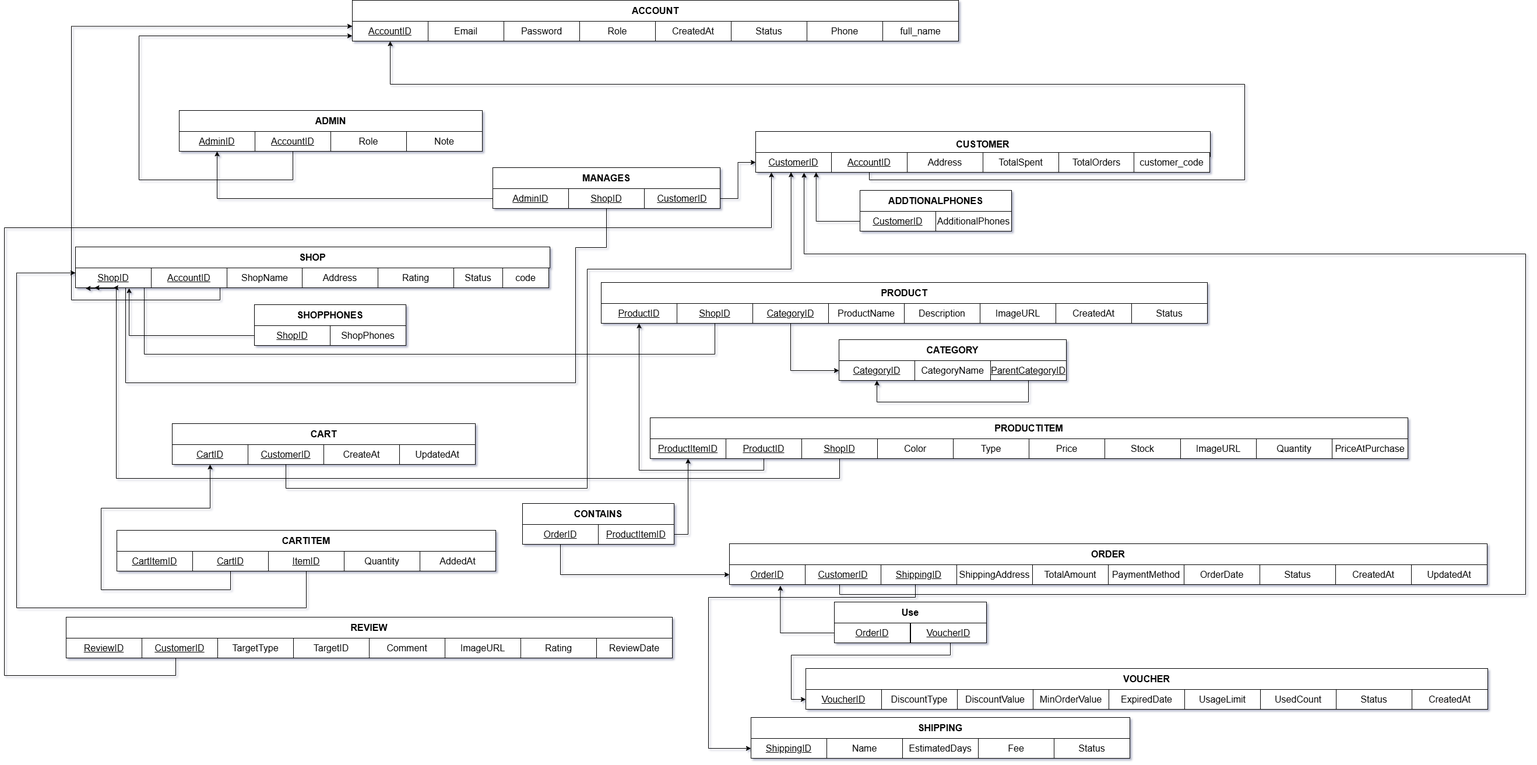
Above: report/img/Mapping.png in Kras2508/Shoppii (draw.io), before the change. Source tidied: cells renumbered, new cells last; positions are measured from the earlier drawing's top-left corner, leaving out a move shared by most shapes.
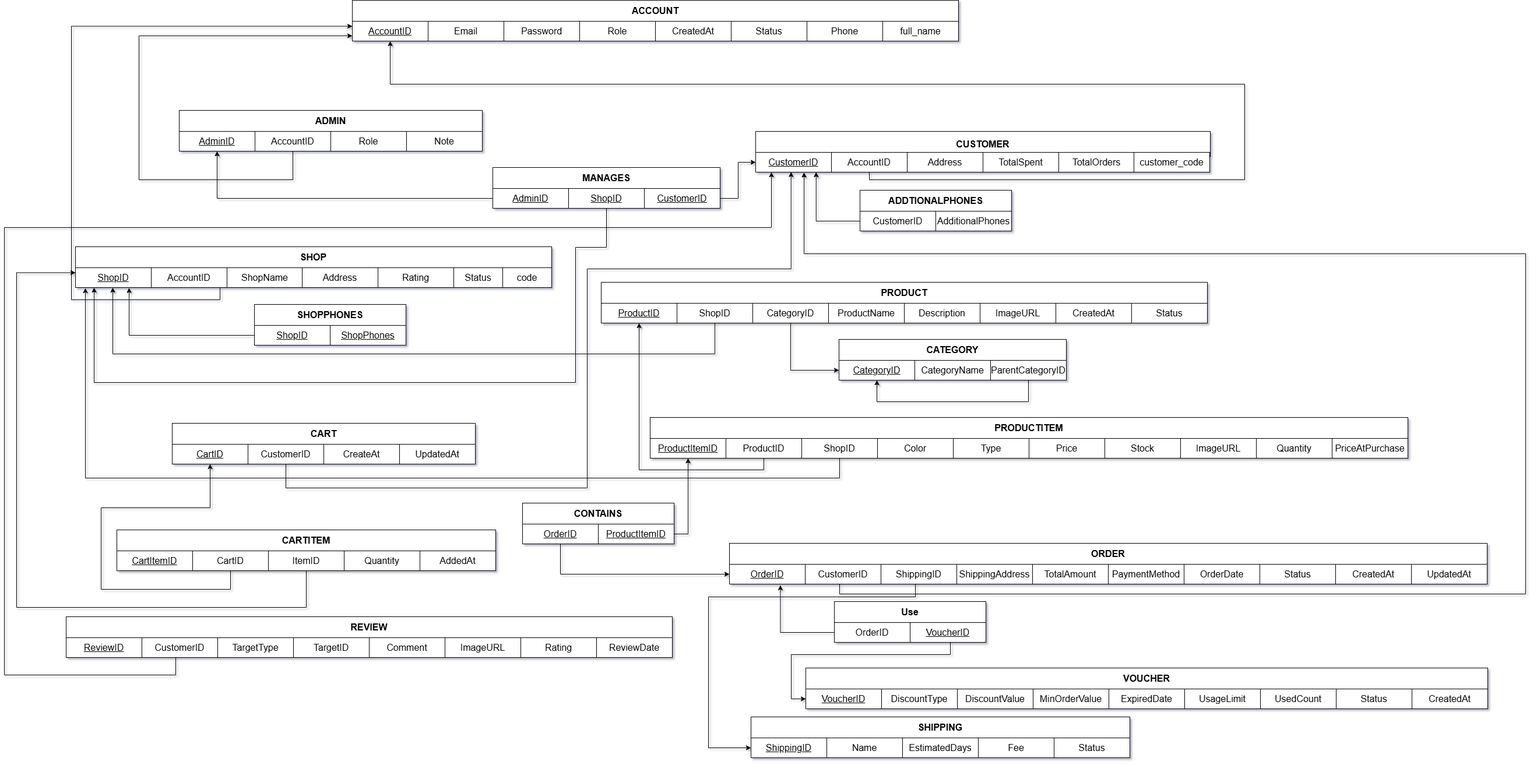
The same file after the commit.

The edit, as a diff of the source:
```diff
@@ -41,3 +41,3 @@
     </mxCell>
-    <mxCell id="12" value="&lt;u&gt;AccountID&lt;/u&gt;" style="shape=rectangle;whiteSpace=wrap;html=1;align=center;verticalAlign=middle;fillColor=#ffffff;strokeColor=#000000;fontSize=16;" parent="1" vertex="1">
+    <mxCell id="12" value="&lt;span&gt;AccountID&lt;/span&gt;" style="shape=rectangle;whiteSpace=wrap;html=1;align=center;verticalAlign=middle;fillColor=#ffffff;strokeColor=#000000;fontSize=16;fontStyle=0;" parent="1" vertex="1">
       <mxGeometry x="1419" y="261" width="130" height="34" as="geometry" />
@@ -54,3 +54,3 @@
     <mxCell id="16" value="SHOP" style="shape=rectangle;whiteSpace=wrap;html=1;align=center;verticalAlign=middle;fontStyle=1;fillColor=#ffffff;strokeColor=#000000;fontSize=16;" parent="1" vertex="1">
-      <mxGeometry x="122" y="423" width="814" height="36" as="geometry" />
+      <mxGeometry x="122" y="423" width="817" height="36" as="geometry" />
     </mxCell>
@@ -68,3 +68,3 @@
     </mxCell>
-    <mxCell id="19" value="&lt;u&gt;AccountID&lt;/u&gt;" style="shape=rectangle;whiteSpace=wrap;html=1;align=center;verticalAlign=middle;fillColor=#ffffff;strokeColor=#000000;fontSize=16;" parent="1" vertex="1">
+    <mxCell id="19" value="AccountID" style="shape=rectangle;whiteSpace=wrap;html=1;align=center;verticalAlign=middle;fillColor=#ffffff;strokeColor=#000000;fontSize=16;" parent="1" vertex="1">
       <mxGeometry x="252" y="459" width="130" height="34" as="geometry" />
@@ -102,3 +102,3 @@
     </mxCell>
-    <mxCell id="28" value="&lt;u&gt;AccountID&lt;/u&gt;" style="shape=rectangle;whiteSpace=wrap;html=1;align=center;verticalAlign=middle;fillColor=#ffffff;strokeColor=#000000;fontSize=16;" parent="1" vertex="1">
+    <mxCell id="28" value="AccountID" style="shape=rectangle;whiteSpace=wrap;html=1;align=center;verticalAlign=middle;fillColor=#ffffff;strokeColor=#000000;fontSize=16;" parent="1" vertex="1">
       <mxGeometry x="430" y="225" width="130" height="34" as="geometry" />
@@ -128,3 +128,3 @@
     </mxCell>
-    <mxCell id="35" value="&lt;u&gt;ParentCategoryID&lt;/u&gt;" style="shape=rectangle;whiteSpace=wrap;html=1;align=center;verticalAlign=middle;fillColor=#ffffff;strokeColor=#000000;fontSize=16;" parent="1" vertex="1">
+    <mxCell id="35" value="&lt;span&gt;ParentCategoryID&lt;/span&gt;" style="shape=rectangle;whiteSpace=wrap;html=1;align=center;verticalAlign=middle;fillColor=#ffffff;strokeColor=#000000;fontSize=16;fontStyle=0;" parent="1" vertex="1">
       <mxGeometry x="1692" y="618" width="130" height="34" as="geometry" />
@@ -141,3 +141,4 @@
           <mxPoint x="1219" y="607" />
-          <mxPoint x="240" y="607" />
+          <mxPoint x="186" y="607" />
+          <mxPoint x="186" y="493" />
         </Array>
@@ -145,3 +146,3 @@
     </mxCell>
-    <mxCell id="39" value="&lt;u&gt;ShopID&lt;/u&gt;" style="shape=rectangle;whiteSpace=wrap;html=1;align=center;verticalAlign=middle;fillColor=#ffffff;strokeColor=#000000;fontSize=16;" parent="1" vertex="1">
+    <mxCell id="39" value="&lt;span&gt;ShopID&lt;/span&gt;" style="shape=rectangle;whiteSpace=wrap;html=1;align=center;verticalAlign=middle;fillColor=#ffffff;strokeColor=#000000;fontSize=16;fontStyle=0;" parent="1" vertex="1">
       <mxGeometry x="1154" y="520" width="130" height="34" as="geometry" />
@@ -155,3 +156,3 @@
     </mxCell>
-    <mxCell id="41" value="&lt;u&gt;CategoryID&lt;/u&gt;" style="shape=rectangle;whiteSpace=wrap;html=1;align=center;verticalAlign=middle;fillColor=#ffffff;strokeColor=#000000;fontSize=16;" parent="1" vertex="1">
+    <mxCell id="41" value="&lt;span&gt;CategoryID&lt;/span&gt;" style="shape=rectangle;whiteSpace=wrap;html=1;align=center;verticalAlign=middle;fillColor=#ffffff;strokeColor=#000000;fontSize=16;fontStyle=0;" parent="1" vertex="1">
       <mxGeometry x="1284" y="520" width="130" height="34" as="geometry" />
@@ -189,3 +190,3 @@
     </mxCell>
-    <mxCell id="50" value="&lt;u&gt;CustomerID&lt;/u&gt;" style="shape=rectangle;whiteSpace=wrap;html=1;align=center;verticalAlign=middle;fillColor=#ffffff;strokeColor=#000000;fontSize=16;" parent="1" vertex="1">
+    <mxCell id="50" value="&lt;span&gt;CustomerID&lt;/span&gt;" style="shape=rectangle;whiteSpace=wrap;html=1;align=center;verticalAlign=middle;fillColor=#ffffff;strokeColor=#000000;fontSize=16;fontStyle=0;" parent="1" vertex="1">
       <mxGeometry x="418" y="762" width="130" height="34" as="geometry" />
@@ -209,3 +210,3 @@
     </mxCell>
-    <mxCell id="54" value="&lt;u&gt;CustomerID&lt;/u&gt;" style="shape=rectangle;whiteSpace=wrap;html=1;align=center;verticalAlign=middle;fillColor=#ffffff;strokeColor=#000000;fontSize=16;" parent="1" vertex="1">
+    <mxCell id="54" value="&lt;span&gt;CustomerID&lt;/span&gt;" style="shape=rectangle;whiteSpace=wrap;html=1;align=center;verticalAlign=middle;fillColor=#ffffff;strokeColor=#000000;fontSize=16;fontStyle=0;" parent="1" vertex="1">
       <mxGeometry x="1374" y="968" width="130" height="34" as="geometry" />
@@ -242,3 +243,3 @@
     </mxCell>
-    <mxCell id="63" value="&lt;u&gt;ItemID&lt;/u&gt;" style="shape=rectangle;whiteSpace=wrap;html=1;align=center;verticalAlign=middle;fillColor=#ffffff;strokeColor=#000000;fontSize=16;" parent="1" vertex="1">
+    <mxCell id="63" value="ItemID" style="shape=rectangle;whiteSpace=wrap;html=1;align=center;verticalAlign=middle;fillColor=#ffffff;strokeColor=#000000;fontSize=16;" parent="1" vertex="1">
       <mxGeometry x="453" y="945" width="130" height="34" as="geometry" />
@@ -304,3 +305,3 @@
     </mxCell>
-    <mxCell id="81" value="&lt;u&gt;CustomerID&lt;/u&gt;" style="shape=rectangle;whiteSpace=wrap;html=1;align=center;verticalAlign=middle;fillColor=#ffffff;strokeColor=#000000;fontSize=16;" parent="1" vertex="1">
+    <mxCell id="81" value="&lt;span&gt;CustomerID&lt;/span&gt;" style="shape=rectangle;whiteSpace=wrap;html=1;align=center;verticalAlign=middle;fillColor=#ffffff;strokeColor=#000000;fontSize=16;fontStyle=0;" parent="1" vertex="1">
       <mxGeometry x="236" y="1094" width="130" height="34" as="geometry" />
@@ -330,6 +331,6 @@
     <mxCell id="87" value="Use" style="shape=rectangle;whiteSpace=wrap;html=1;align=center;verticalAlign=middle;fontStyle=1;fillColor=#ffffff;strokeColor=#000000;fontSize=16;" parent="1" vertex="1">
-      <mxGeometry x="1424" y="1032" width="261" height="36" as="geometry" />
+      <mxGeometry x="1424" y="1032" width="260" height="36" as="geometry" />
     </mxCell>
     <mxCell id="88" value="&lt;u&gt;VoucherID&lt;/u&gt;" style="shape=rectangle;whiteSpace=wrap;html=1;align=center;verticalAlign=middle;fillColor=#ffffff;strokeColor=#000000;fontSize=16;" parent="1" vertex="1">
-      <mxGeometry x="1555" y="1068" width="130" height="34" as="geometry" />
+      <mxGeometry x="1554" y="1068" width="130" height="34" as="geometry" />
     </mxCell>
@@ -349,3 +350,3 @@
     </mxCell>
-    <mxCell id="91" value="&lt;u&gt;ShippingID&lt;/u&gt;" style="shape=rectangle;whiteSpace=wrap;html=1;align=center;verticalAlign=middle;fillColor=#ffffff;strokeColor=#000000;fontSize=16;" parent="1" vertex="1">
+    <mxCell id="91" value="ShippingID" style="shape=rectangle;whiteSpace=wrap;html=1;align=center;verticalAlign=middle;fillColor=#ffffff;strokeColor=#000000;fontSize=16;" parent="1" vertex="1">
       <mxGeometry x="1504" y="968" width="130" height="34" as="geometry" />
@@ -358,3 +359,3 @@
     </mxCell>
-    <mxCell id="94" value="&lt;u&gt;OrderID&lt;/u&gt;" style="shape=rectangle;whiteSpace=wrap;html=1;align=center;verticalAlign=middle;fillColor=#ffffff;strokeColor=#000000;fontSize=16;" parent="1" vertex="1">
+    <mxCell id="94" value="&lt;span&gt;OrderID&lt;/span&gt;" style="shape=rectangle;whiteSpace=wrap;html=1;align=center;verticalAlign=middle;fillColor=#ffffff;strokeColor=#000000;fontSize=16;fontStyle=4;" parent="1" vertex="1">
       <mxGeometry x="889" y="899" width="130" height="34" as="geometry" />
@@ -364,6 +365,6 @@
     </mxCell>
-    <mxCell id="96" value="&lt;u&gt;ProductItemID&lt;/u&gt;" style="shape=rectangle;whiteSpace=wrap;html=1;align=center;verticalAlign=middle;fillColor=#ffffff;strokeColor=#000000;fontSize=16;" parent="1" vertex="1">
+    <mxCell id="96" value="&lt;span&gt;ProductItemID&lt;/span&gt;" style="shape=rectangle;whiteSpace=wrap;html=1;align=center;verticalAlign=middle;fillColor=#ffffff;strokeColor=#000000;fontSize=16;fontStyle=4;" parent="1" vertex="1">
       <mxGeometry x="1019" y="899" width="130" height="34" as="geometry" />
     </mxCell>
-    <mxCell id="97" value="ShopPhones" style="shape=rectangle;whiteSpace=wrap;html=1;align=center;verticalAlign=middle;fillColor=#ffffff;strokeColor=#000000;fontSize=16;" parent="1" vertex="1">
+    <mxCell id="97" value="ShopPhones" style="shape=rectangle;whiteSpace=wrap;html=1;align=center;verticalAlign=middle;fillColor=#ffffff;strokeColor=#000000;fontSize=16;fontStyle=4;" parent="1" vertex="1">
       <mxGeometry x="559" y="558" width="130" height="34" as="geometry" />
@@ -376,8 +377,7 @@
     </mxCell>
-    <mxCell id="100" style="edgeStyle=orthogonalEdgeStyle;rounded=0;jettySize=auto;html=1;exitX=0;exitY=0.5;exitDx=0;exitDy=0;entryX=0.5;entryY=1;entryDx=0;entryDy=0;" parent="1" edge="1" source="101" target="26">
-      <mxGeometry relative="1" as="geometry" />
+    <mxCell id="100" style="edgeStyle=orthogonalEdgeStyle;rounded=0;jettySize=auto;html=1;exitX=0;exitY=0.5;exitDx=0;exitDy=0;entryX=0.5;entryY=1;entryDx=0;entryDy=0;" parent="1" edge="1" target="26">
+      <mxGeometry relative="1" as="geometry">
+        <mxPoint x="838" y="340" as="sourcePoint" />
+      </mxGeometry>
     </mxCell>
-    <mxCell id="101" value="&lt;u&gt;AdminID&lt;/u&gt;" style="shape=rectangle;whiteSpace=wrap;html=1;align=center;verticalAlign=middle;fillColor=#ffffff;strokeColor=#000000;fontSize=16;" parent="1" vertex="1">
-      <mxGeometry x="838" y="323" width="130" height="34" as="geometry" />
-    </mxCell>
     <mxCell id="102" style="edgeStyle=orthogonalEdgeStyle;rounded=0;jettySize=auto;html=1;exitX=0.5;exitY=1;exitDx=0;exitDy=0;entryX=0.25;entryY=1;entryDx=0;entryDy=0;" parent="1" edge="1" source="103" target="17">
@@ -388,3 +388,4 @@
           <mxPoint x="980" y="656" />
-          <mxPoint x="208" y="656" />
+          <mxPoint x="154" y="656" />
+          <mxPoint x="154" y="493" />
         </Array>
@@ -392,3 +393,3 @@
     </mxCell>
-    <mxCell id="103" value="&lt;u style=&quot;&quot;&gt;ShopID&lt;/u&gt;" style="shape=rectangle;whiteSpace=wrap;html=1;align=center;verticalAlign=middle;fillColor=#ffffff;strokeColor=#000000;fontSize=16;" parent="1" vertex="1">
+    <mxCell id="103" value="ShopID" style="shape=rectangle;whiteSpace=wrap;html=1;align=center;verticalAlign=middle;fillColor=#ffffff;strokeColor=#000000;fontSize=16;fontStyle=4;" parent="1" vertex="1">
       <mxGeometry x="968" y="323" width="130" height="34" as="geometry" />
@@ -398,8 +399,7 @@
     </mxCell>
-    <mxCell id="105" style="edgeStyle=orthogonalEdgeStyle;rounded=0;jettySize=auto;html=1;exitX=1;exitY=0.5;exitDx=0;exitDy=0;entryX=0;entryY=0.5;entryDx=0;entryDy=0;" parent="1" edge="1" source="106" target="10">
-      <mxGeometry relative="1" as="geometry" />
+    <mxCell id="105" style="edgeStyle=orthogonalEdgeStyle;rounded=0;jettySize=auto;html=1;exitX=1;exitY=0.5;exitDx=0;exitDy=0;entryX=0;entryY=0.5;entryDx=0;entryDy=0;" parent="1" edge="1" target="10">
+      <mxGeometry relative="1" as="geometry">
+        <mxPoint x="1228" y="340" as="sourcePoint" />
+      </mxGeometry>
     </mxCell>
-    <mxCell id="106" value="&lt;u&gt;CustomerID&lt;/u&gt;" style="shape=rectangle;whiteSpace=wrap;html=1;align=center;verticalAlign=middle;fillColor=#ffffff;strokeColor=#000000;fontSize=16;" parent="1" vertex="1">
-      <mxGeometry x="1098" y="323" width="130" height="34" as="geometry" />
-    </mxCell>
     <mxCell id="107" value="Phone" style="shape=rectangle;whiteSpace=wrap;html=1;align=center;verticalAlign=middle;fillColor=#ffffff;strokeColor=#000000;fontSize=16;" parent="1" vertex="1">
@@ -410,3 +410,3 @@
     </mxCell>
-    <mxCell id="109" value="&lt;u&gt;CustomerID&lt;/u&gt;" style="shape=rectangle;whiteSpace=wrap;html=1;align=center;verticalAlign=middle;fillColor=#ffffff;strokeColor=#000000;fontSize=16;" parent="1" vertex="1">
+    <mxCell id="109" value="CustomerID" style="shape=rectangle;whiteSpace=wrap;html=1;align=center;verticalAlign=middle;fillColor=#ffffff;strokeColor=#000000;fontSize=16;" parent="1" vertex="1">
       <mxGeometry x="1468" y="362" width="130" height="34" as="geometry" />
@@ -428,6 +428,6 @@
     </mxCell>
-    <mxCell id="115" value="&lt;u&gt;ProductID&lt;/u&gt;" style="shape=rectangle;whiteSpace=wrap;html=1;align=center;verticalAlign=middle;fillColor=#ffffff;strokeColor=#000000;fontSize=16;" parent="1" vertex="1">
+    <mxCell id="115" value="&lt;span&gt;ProductID&lt;/span&gt;" style="shape=rectangle;whiteSpace=wrap;html=1;align=center;verticalAlign=middle;fillColor=#ffffff;strokeColor=#000000;fontSize=16;fontStyle=0;" parent="1" vertex="1">
       <mxGeometry x="1238" y="752" width="130" height="34" as="geometry" />
     </mxCell>
-    <mxCell id="116" value="&lt;u&gt;ShopID&lt;/u&gt;" style="shape=rectangle;whiteSpace=wrap;html=1;align=center;verticalAlign=middle;fillColor=#ffffff;strokeColor=#000000;fontSize=16;" parent="1" vertex="1">
+    <mxCell id="116" value="&lt;span&gt;ShopID&lt;/span&gt;" style="shape=rectangle;whiteSpace=wrap;html=1;align=center;verticalAlign=middle;fillColor=#ffffff;strokeColor=#000000;fontSize=16;fontStyle=0;" parent="1" vertex="1">
       <mxGeometry x="1368" y="752" width="130" height="34" as="geometry" />
@@ -471,3 +471,4 @@
           <mxPoint x="1433" y="820" />
-          <mxPoint x="192" y="820" />
+          <mxPoint x="139" y="820" />
+          <mxPoint x="139" y="494" />
         </Array>
@@ -478,5 +479,2 @@
     </mxCell>
-    <mxCell id="129" value="&lt;u style=&quot;&quot;&gt;OrderID&lt;/u&gt;" style="shape=rectangle;whiteSpace=wrap;html=1;align=center;verticalAlign=middle;fillColor=#ffffff;strokeColor=#000000;fontSize=16;" parent="1" vertex="1">
-      <mxGeometry x="1424" y="1068" width="130" height="34" as="geometry" />
-    </mxCell>
     <mxCell id="130" value="&lt;u&gt;CartItemID&lt;/u&gt;" style="shape=rectangle;whiteSpace=wrap;html=1;align=center;verticalAlign=middle;fillColor=#ffffff;strokeColor=#000000;fontSize=16;" parent="1" vertex="1">
@@ -494,3 +492,3 @@
     </mxCell>
-    <mxCell id="132" value="&lt;u&gt;CartID&lt;/u&gt;" style="shape=rectangle;whiteSpace=wrap;html=1;align=center;verticalAlign=middle;fillColor=#ffffff;strokeColor=#000000;fontSize=16;" parent="1" vertex="1">
+    <mxCell id="132" value="&lt;span&gt;CartID&lt;/span&gt;" style="shape=rectangle;whiteSpace=wrap;html=1;align=center;verticalAlign=middle;fillColor=#ffffff;strokeColor=#000000;fontSize=16;fontStyle=0;" parent="1" vertex="1">
       <mxGeometry x="323" y="945" width="130" height="34" as="geometry" />
@@ -522,4 +520,13 @@
     <mxCell id="141" value="code" style="shape=rectangle;whiteSpace=wrap;html=1;align=center;verticalAlign=middle;fillColor=#ffffff;strokeColor=#000000;fontSize=16;" parent="1" vertex="1">
-      <mxGeometry x="855" y="459" width="79" height="34" as="geometry" />
+      <mxGeometry x="855" y="459" width="84" height="34" as="geometry" />
     </mxCell>
+    <mxCell id="101" value="AdminID" style="shape=rectangle;whiteSpace=wrap;html=1;align=center;verticalAlign=middle;fillColor=#ffffff;strokeColor=#000000;fontSize=16;fontStyle=4;" parent="1" vertex="1">
+      <mxGeometry x="838" y="323" width="130" height="34" as="geometry" />
+    </mxCell>
+    <mxCell id="106" value="CustomerID" style="shape=rectangle;whiteSpace=wrap;html=1;align=center;verticalAlign=middle;fillColor=#ffffff;strokeColor=#000000;fontSize=16;fontStyle=4;" parent="1" vertex="1">
+      <mxGeometry x="1098" y="323" width="130" height="34" as="geometry" />
+    </mxCell>
+    <mxCell id="129" value="OrderID" style="shape=rectangle;whiteSpace=wrap;html=1;align=center;verticalAlign=middle;fillColor=#ffffff;strokeColor=#000000;fontSize=16;" parent="1" vertex="1">
+      <mxGeometry x="1424" y="1068" width="130" height="34" as="geometry" />
+    </mxCell>
   </root>
```
